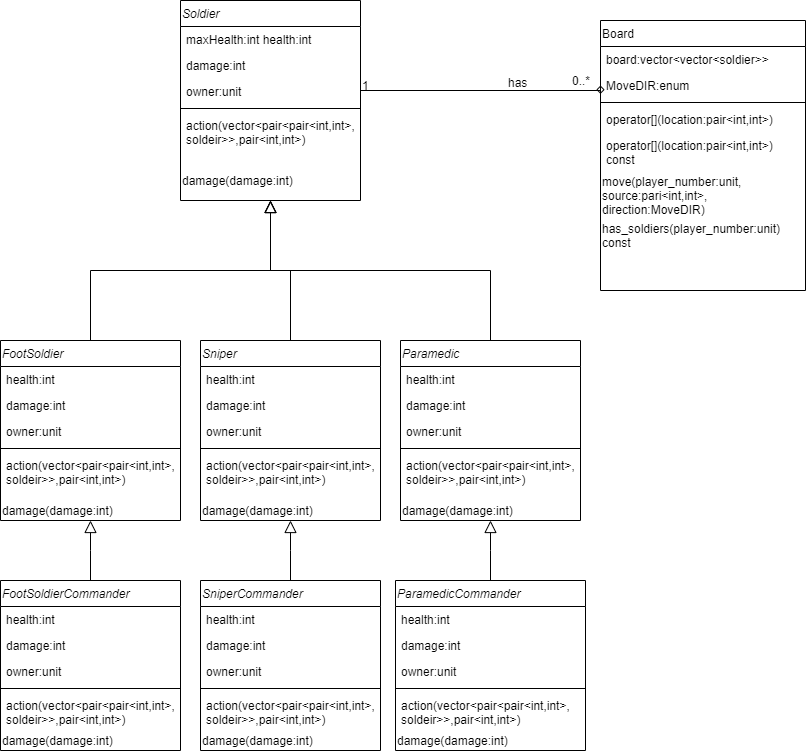
Before: wargameDiagram.png, a diagram exported from draw.io (aripash/WarGame). Source tidied: cells renumbered, new cells last; positions are measured from the earlier drawing's top-left corner, leaving out a move shared by most shapes.
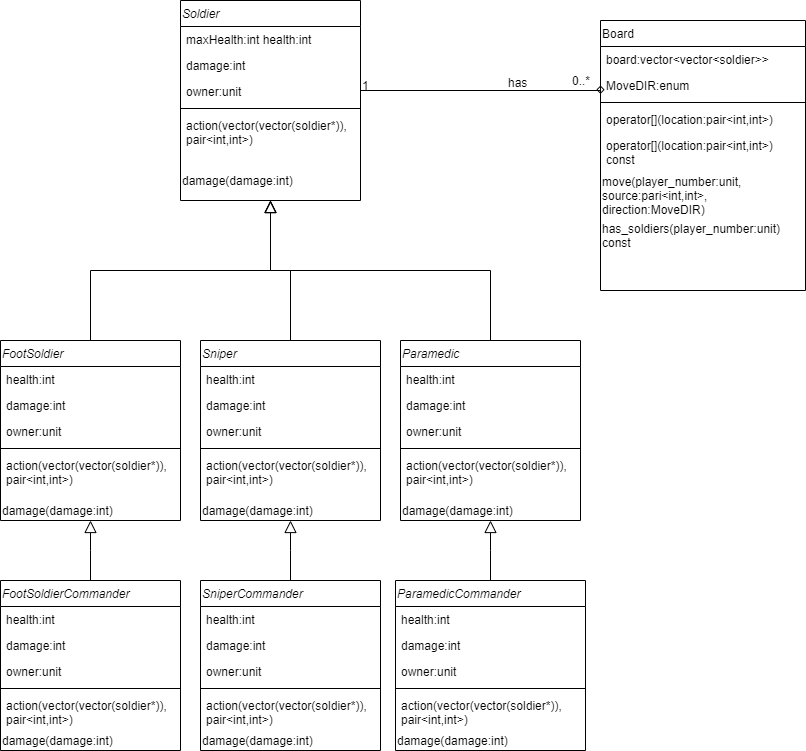
The same file after the commit.

Change to the diagram source:
```diff
@@ -44,7 +44,7 @@
     <mxCell id="11" style="line;html=1;strokeWidth=1;align=left;verticalAlign=middle;spacingTop=-1;spacingLeft=3;spacingRight=3;labelPosition=right;" parent="7" vertex="1">
       <mxGeometry y="104" width="180" height="8" as="geometry" />
     </mxCell>
-    <mxCell id="12" value="action(vector&lt;pair&lt;pair&lt;int,int&gt;,&#10;soldeir&gt;&gt;,pair&lt;int,int&gt;)" style="text;align=left;verticalAlign=top;spacingLeft=4;spacingRight=4;overflow=hidden;" parent="7" vertex="1">
+    <mxCell id="12" value="action(vector(vector(soldier*)),&#10;pair&lt;int,int&gt;)" style="text;align=left;verticalAlign=top;spacingLeft=4;spacingRight=4;overflow=hidden;" parent="7" vertex="1">
       <mxGeometry y="112" width="180" height="48" as="geometry" />
     </mxCell>
     <mxCell id="13" value="&lt;span&gt;damage(damage:int)&lt;/span&gt;" style="text;html=1;strokeColor=none;fillColor=none;align=left;verticalAlign=middle;whiteSpace=wrap;rounded=0;" parent="7" vertex="1">
@@ -68,7 +68,7 @@
     <mxCell id="19" style="line;html=1;strokeWidth=1;align=left;verticalAlign=middle;spacingTop=-1;spacingLeft=3;spacingRight=3;labelPosition=right;" parent="15" vertex="1">
       <mxGeometry y="104" width="180" height="8" as="geometry" />
     </mxCell>
-    <mxCell id="20" value="action(vector&lt;pair&lt;pair&lt;int,int&gt;,&#10;soldeir&gt;&gt;,pair&lt;int,int&gt;)" style="text;align=left;verticalAlign=top;spacingLeft=4;spacingRight=4;overflow=hidden;" parent="15" vertex="1">
+    <mxCell id="20" value="action(vector(vector(soldier*)),&#10;pair&lt;int,int&gt;)" style="text;align=left;verticalAlign=top;spacingLeft=4;spacingRight=4;overflow=hidden;" parent="15" vertex="1">
       <mxGeometry y="112" width="180" height="48" as="geometry" />
     </mxCell>
     <mxCell id="21" value="&lt;span style=&quot;&quot;&gt;damage(damage:int)&lt;/span&gt;" style="text;html=1;strokeColor=none;fillColor=none;align=left;verticalAlign=middle;whiteSpace=wrap;rounded=0;" parent="15" vertex="1">
@@ -92,7 +92,7 @@
     <mxCell id="27" style="line;html=1;strokeWidth=1;align=left;verticalAlign=middle;spacingTop=-1;spacingLeft=3;spacingRight=3;labelPosition=right;" parent="23" vertex="1">
       <mxGeometry y="104" width="180" height="8" as="geometry" />
     </mxCell>
-    <mxCell id="28" value="action(vector&lt;pair&lt;pair&lt;int,int&gt;,&#10;soldeir&gt;&gt;,pair&lt;int,int&gt;)" style="text;align=left;verticalAlign=top;spacingLeft=4;spacingRight=4;overflow=hidden;" parent="23" vertex="1">
+    <mxCell id="28" value="action(vector(vector(soldier*)),&#10;pair&lt;int,int&gt;)" style="text;align=left;verticalAlign=top;spacingLeft=4;spacingRight=4;overflow=hidden;" parent="23" vertex="1">
       <mxGeometry y="112" width="180" height="48" as="geometry" />
     </mxCell>
     <mxCell id="29" value="&lt;span style=&quot;&quot;&gt;damage(damage:int)&lt;/span&gt;" style="text;html=1;strokeColor=none;fillColor=none;align=left;verticalAlign=middle;whiteSpace=wrap;rounded=0;" parent="23" vertex="1">
@@ -150,7 +150,7 @@
     <mxCell id="45" style="line;html=1;strokeWidth=1;align=left;verticalAlign=middle;spacingTop=-1;spacingLeft=3;spacingRight=3;labelPosition=right;" parent="41" vertex="1">
       <mxGeometry y="104" width="180" height="8" as="geometry" />
     </mxCell>
-    <mxCell id="46" value="action(vector&lt;pair&lt;pair&lt;int,int&gt;,&#10;soldeir&gt;&gt;,pair&lt;int,int&gt;)" style="text;align=left;verticalAlign=top;spacingLeft=4;spacingRight=4;overflow=hidden;" parent="41" vertex="1">
+    <mxCell id="46" value="action(vector(vector(soldier*)),&#10;pair&lt;int,int&gt;)" style="text;align=left;verticalAlign=top;spacingLeft=4;spacingRight=4;overflow=hidden;" parent="41" vertex="1">
       <mxGeometry y="112" width="180" height="38" as="geometry" />
     </mxCell>
     <mxCell id="47" value="&lt;span style=&quot;&quot;&gt;damage(damage:int)&lt;/span&gt;" style="text;html=1;strokeColor=none;fillColor=none;align=left;verticalAlign=middle;whiteSpace=wrap;rounded=0;" parent="41" vertex="1">
@@ -171,7 +171,7 @@
     <mxCell id="52" style="line;html=1;strokeWidth=1;align=left;verticalAlign=middle;spacingTop=-1;spacingLeft=3;spacingRight=3;labelPosition=right;" parent="48" vertex="1">
       <mxGeometry y="104" width="180" height="8" as="geometry" />
     </mxCell>
-    <mxCell id="53" value="action(vector&lt;pair&lt;pair&lt;int,int&gt;,&#10;soldeir&gt;&gt;,pair&lt;int,int&gt;)" style="text;align=left;verticalAlign=top;spacingLeft=4;spacingRight=4;overflow=hidden;" parent="48" vertex="1">
+    <mxCell id="53" value="action(vector(vector(soldier*)),&#10;pair&lt;int,int&gt;)" style="text;align=left;verticalAlign=top;spacingLeft=4;spacingRight=4;overflow=hidden;" parent="48" vertex="1">
       <mxGeometry y="112" width="180" height="38" as="geometry" />
     </mxCell>
     <mxCell id="54" value="&lt;span style=&quot;&quot;&gt;damage(damage:int)&lt;/span&gt;" style="text;html=1;strokeColor=none;fillColor=none;align=left;verticalAlign=middle;whiteSpace=wrap;rounded=0;" parent="48" vertex="1">
@@ -192,7 +192,7 @@
     <mxCell id="59" style="line;html=1;strokeWidth=1;align=left;verticalAlign=middle;spacingTop=-1;spacingLeft=3;spacingRight=3;labelPosition=right;" parent="55" vertex="1">
       <mxGeometry y="104" width="190" height="8" as="geometry" />
     </mxCell>
-    <mxCell id="60" value="action(vector&lt;pair&lt;pair&lt;int,int&gt;,&#10;soldeir&gt;&gt;,pair&lt;int,int&gt;)" style="text;align=left;verticalAlign=top;spacingLeft=4;spacingRight=4;overflow=hidden;" parent="55" vertex="1">
+    <mxCell id="60" value="action(vector(vector(soldier*)),&#10;pair&lt;int,int&gt;)" style="text;align=left;verticalAlign=top;spacingLeft=4;spacingRight=4;overflow=hidden;" parent="55" vertex="1">
       <mxGeometry y="112" width="190" height="38" as="geometry" />
     </mxCell>
     <mxCell id="61" value="&lt;span style=&quot;&quot;&gt;damage(damage:int)&lt;/span&gt;" style="text;html=1;strokeColor=none;fillColor=none;align=left;verticalAlign=middle;whiteSpace=wrap;rounded=0;" parent="55" vertex="1">
@@ -213,7 +213,7 @@
     <mxCell id="66" style="line;html=1;strokeWidth=1;align=left;verticalAlign=middle;spacingTop=-1;spacingLeft=3;spacingRight=3;labelPosition=right;" parent="62" vertex="1">
       <mxGeometry y="104" width="180" height="8" as="geometry" />
     </mxCell>
-    <mxCell id="67" value="action(vector&lt;pair&lt;pair&lt;int,int&gt;,&#10;soldeir&gt;&gt;,pair&lt;int,int&gt;)" style="text;align=left;verticalAlign=top;spacingLeft=4;spacingRight=4;overflow=hidden;" parent="62" vertex="1">
+    <mxCell id="67" value="action(vector(vector(soldier*)),&#10;pair&lt;int,int&gt;)" style="text;align=left;verticalAlign=top;spacingLeft=4;spacingRight=4;overflow=hidden;" parent="62" vertex="1">
       <mxGeometry y="112" width="180" height="58" as="geometry" />
     </mxCell>
     <mxCell id="68" value="damage(damage:int)" style="text;html=1;strokeColor=none;fillColor=none;align=left;verticalAlign=middle;whiteSpace=wrap;rounded=0;" parent="62" vertex="1">
```
